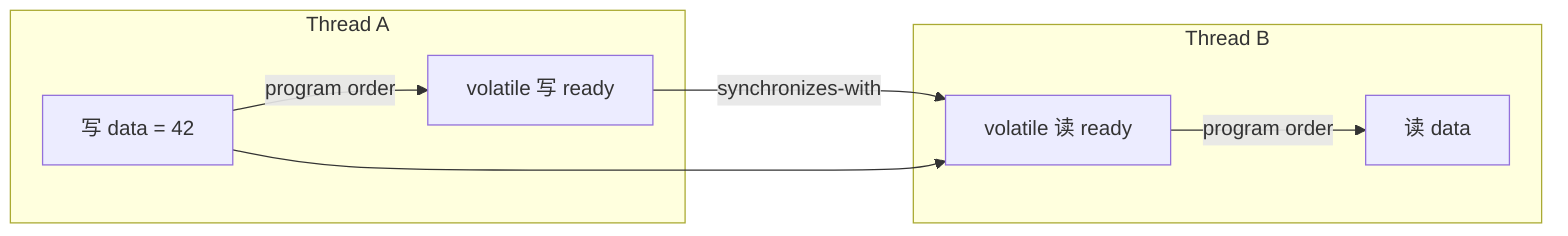
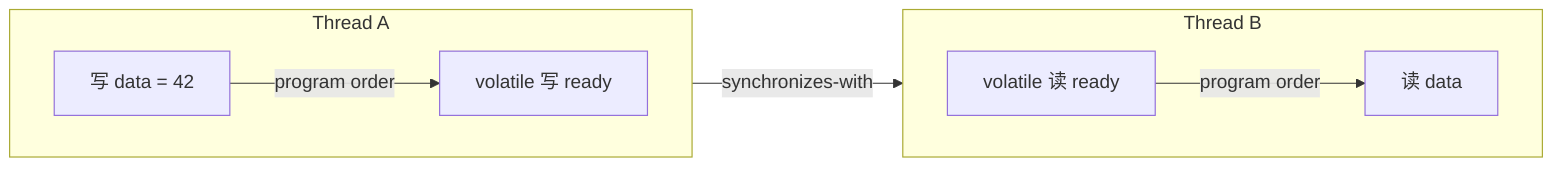
graph LR
    subgraph Thread_A[Thread A]
+         direction LR
        A1[写 data = 42] -->|program order| A2[volatile 写 ready]
    end
    subgraph Thread_B[Thread B]
+         direction LR
        B1[volatile 读 ready] -->|program order| B2[读 data]
    end
-     A2 -->|synchronizes-with| B1
-     A1 --> B1+     A2 -->|synchronizes-with| B1